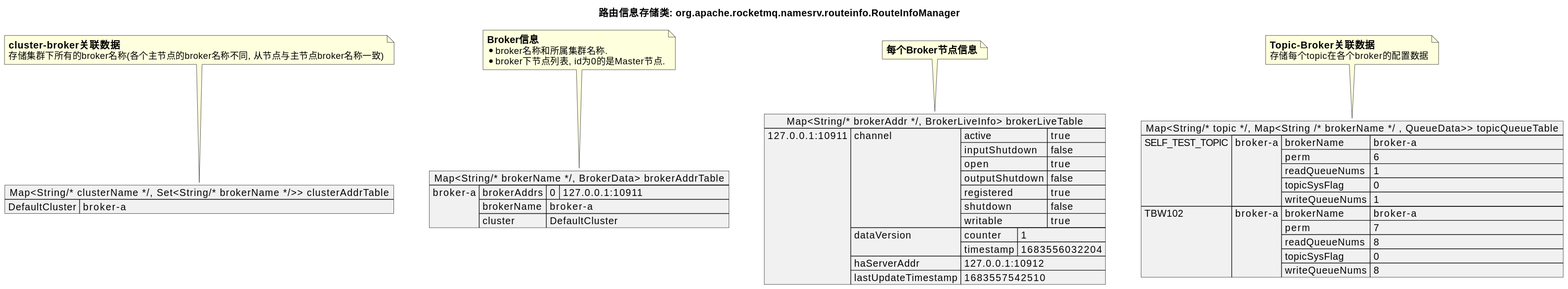
Earlier version of the PlantUML export RouteManagerInfo.svg (jjyyjjyy/cafebabe). Its source is kept beside it as charts/rocketmq/RouteManagerInfo.puml.
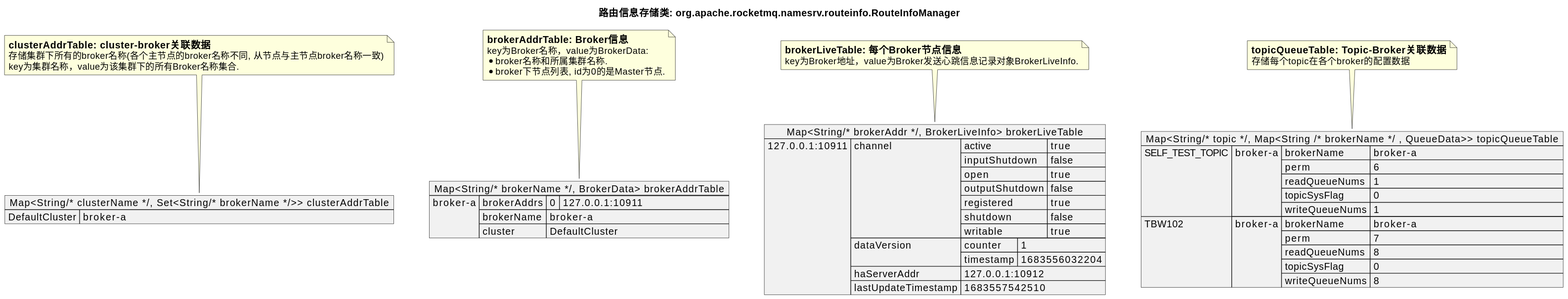
After the commit.

What changed in the source:
```diff
@@ -7,8 +7,9 @@
 }
 
 note top of clusterAddrTable
-=== cluster-broker关联数据
+=== clusterAddrTable: cluster-broker关联数据
 存储集群下所有的broker名称(各个主节点的broker名称不同, 从节点与主节点broker名称一致)
+key为集群名称，value为该集群下的所有Broker名称集合.
 end note
 
 
@@ -23,7 +24,8 @@
 }
 
 note top of brokerAddrTable
-=== Broker信息
+=== brokerAddrTable: Broker信息
+key为Broker名称，value为BrokerData:
 * broker名称和所属集群名称.
 * broker下节点列表, id为0的是Master节点.
 end note
@@ -50,7 +52,8 @@
 }
 
 note top of brokerLiveTable
-=== 每个Broker节点信息
+=== brokerLiveTable: 每个Broker节点信息
+key为Broker地址，value为Broker发送心跳信息记录对象BrokerLiveInfo.
 end note
 
 
@@ -76,7 +79,7 @@
 }
 
 note top of topicQueueTable
-=== Topic-Broker关联数据
+=== topicQueueTable: Topic-Broker关联数据
 存储每个topic在各个broker的配置数据
 end note
 
```
